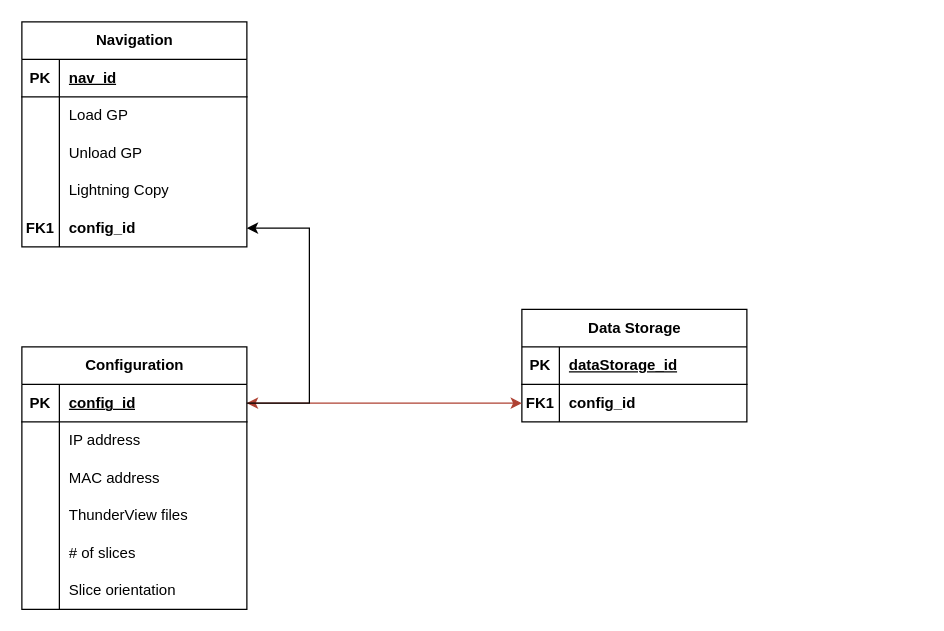
This is GUI_DesignMap.drawio from MansourMohamedAli/GPS_UserInterface, a draw.io file, before an edit. Source tidied: cells renumbered, new cells numbered last; positions are measured from the earlier drawing's top-left corner, leaving out a move shared by most shapes. Both pictures are drawn from the tidied source at 125%, with x=0, y=0 at pixel (21, 21).
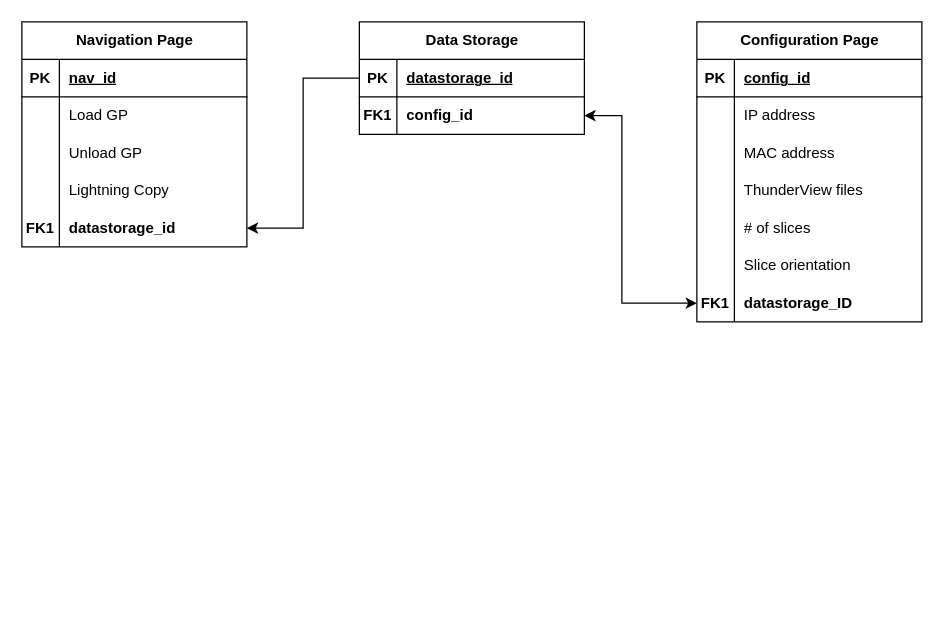
The same diagram, later.

Commit message:
Defined relationship between Navigation, Configuration, and Database.

The change refers to these unchanged cells:
```xml
<mxCell id="15" style="shape=tableRow;horizontal=0;startSize=0;swimlaneHead=0;swimlaneBody=0;fillColor=none;points=[[0,0.5],[1,0.5]];portConstraint=eastwest;top=0;left=0;right=0;bottom=0;" parent="2" vertex="1">
  <mxGeometry y="150" width="180" height="30" as="geometry" />
</mxCell>
<mxCell id="19" style="shape=tableRow;horizontal=0;startSize=0;swimlaneHead=0;swimlaneBody=0;fillColor=none;points=[[0,0.5],[1,0.5]];portConstraint=eastwest;top=0;left=0;right=0;bottom=1;" parent="18" vertex="1">
  <mxGeometry y="30" width="180" height="30" as="geometry" />
</mxCell>
<mxCell id="38" style="shape=tableRow;horizontal=0;startSize=0;swimlaneHead=0;swimlaneBody=0;fillColor=none;points=[[0,0.5],[1,0.5]];portConstraint=eastwest;top=0;left=0;right=0;bottom=1;" parent="37" vertex="1">
  <mxGeometry y="30" width="180" height="30" as="geometry" />
</mxCell>
<mxCell id="41" style="shape=tableRow;horizontal=0;startSize=0;swimlaneHead=0;swimlaneBody=0;fillColor=none;points=[[0,0.5],[1,0.5]];portConstraint=eastwest;top=0;left=0;right=0;bottom=0;" parent="37" vertex="1">
  <mxGeometry y="60" width="180" height="30" as="geometry" />
</mxCell>
```

Change to the diagram source:
```diff
@@
-    <mxCell id="2" value="Navigation" style="shape=table;startSize=30;childLayout=tableLayout;rowLines=0;fontStyle=1;align=center;html=1;" parent="1" vertex="1">
+    <mxCell id="2" value="Navigation Page" style="shape=table;startSize=30;childLayout=tableLayout;rowLines=0;fontStyle=1;align=center;html=1;" parent="1" vertex="1">
       <mxGeometry width="180" height="180" as="geometry" />
     </mxCell>
@@
-    <mxCell id="17" value="&lt;b&gt;config_id&lt;/b&gt;" style="shape=partialRectangle;fillColor=none;top=0;left=0;bottom=0;right=0;align=left;spacingLeft=6;overflow=hidden;whiteSpace=wrap;html=1;" parent="15" vertex="1">
+    <mxCell id="17" value="&lt;b&gt;datastorage_id&lt;/b&gt;" style="shape=partialRectangle;fillColor=none;top=0;left=0;bottom=0;right=0;align=left;spacingLeft=6;overflow=hidden;whiteSpace=wrap;html=1;" parent="15" vertex="1">
       <mxGeometry x="30" width="150" height="30" as="geometry" />
     </mxCell>
-    <mxCell id="18" value="Configuration" style="shape=table;startSize=30;childLayout=tableLayout;rowLines=0;fontStyle=1;align=center;html=1;" parent="1" vertex="1">
-      <mxGeometry y="260" width="180" height="210" as="geometry" />
+    <mxCell id="18" value="Configuration Page" style="shape=table;startSize=30;childLayout=tableLayout;rowLines=0;fontStyle=1;align=center;html=1;" parent="1" vertex="1">
+      <mxGeometry x="540" width="180" height="240" as="geometry" />
     </mxCell>
@@
+    <mxCell id="46" style="shape=tableRow;horizontal=0;startSize=0;swimlaneHead=0;swimlaneBody=0;fillColor=none;points=[[0,0.5],[1,0.5]];portConstraint=eastwest;top=0;left=0;right=0;bottom=0;" parent="18" vertex="1">
+      <mxGeometry y="210" width="180" height="30" as="geometry" />
+    </mxCell>
+    <mxCell id="47" value="FK1" style="shape=partialRectangle;fillColor=none;top=0;left=0;bottom=0;right=0;overflow=hidden;whiteSpace=wrap;html=1;fontStyle=1;" parent="46" vertex="1">
+      <mxGeometry width="30" height="30" as="geometry" />
+    </mxCell>
+    <mxCell id="48" value="&lt;b&gt;datastorage_ID&lt;/b&gt;" style="shape=partialRectangle;fillColor=none;top=0;left=0;bottom=0;right=0;align=left;spacingLeft=6;overflow=hidden;whiteSpace=wrap;html=1;" parent="46" vertex="1">
+      <mxGeometry x="30" width="150" height="30" as="geometry" />
+    </mxCell>
     <mxCell id="37" value="Data Storage" style="shape=table;startSize=30;childLayout=tableLayout;rowLines=0;fontStyle=1;align=center;html=1;" parent="1" vertex="1">
-      <mxGeometry x="400" y="230" width="180" height="90" as="geometry" />
+      <mxGeometry x="270" width="180" height="90" as="geometry" />
     </mxCell>
@@
-    <mxCell id="40" value="dataStorage_id" style="shape=partialRectangle;fillColor=none;top=0;left=0;bottom=0;right=0;align=left;spacingLeft=6;fontStyle=5;overflow=hidden;whiteSpace=wrap;html=1;" parent="38" vertex="1">
+    <mxCell id="40" value="datastorage_id" style="shape=partialRectangle;fillColor=none;top=0;left=0;bottom=0;right=0;align=left;spacingLeft=6;fontStyle=5;overflow=hidden;whiteSpace=wrap;html=1;" parent="38" vertex="1">
       <mxGeometry x="30" width="150" height="30" as="geometry" />
     </mxCell>
@@
-    <mxCell id="44" style="endArrow=classic;startArrow=classic;html=1;rounded=0;entryX=1;entryY=0.5;entryDx=0;entryDy=0;exitX=0;exitY=0.5;exitDx=0;exitDy=0;fontStyle=1;fillColor=#fad9d5;strokeColor=#ae4132;" parent="1" edge="1" source="41" target="19">
-      <mxGeometry relative="1" as="geometry">
-        <Array as="points">
-          <mxPoint x="300" y="305" />
-        </Array>
-      </mxGeometry>
-    </mxCell>
-    <mxCell id="45" style="edgeStyle=orthogonalEdgeStyle;rounded=0;jettySize=auto;html=1;exitX=1;exitY=0.5;exitDx=0;exitDy=0;entryX=1;entryY=0.5;entryDx=0;entryDy=0;" parent="1" edge="1" source="19" target="15">
-      <mxGeometry relative="1" as="geometry">
-        <Array as="points">
-          <mxPoint x="230" y="305" />
-          <mxPoint x="230" y="165" />
-        </Array>
-      </mxGeometry>
-    </mxCell>
+    <mxCell id="49" style="edgeStyle=orthogonalEdgeStyle;rounded=0;jettySize=auto;html=1;exitX=0;exitY=0.5;exitDx=0;exitDy=0;entryX=1;entryY=0.5;entryDx=0;entryDy=0;" parent="1" edge="1" source="38" target="15">
+      <mxGeometry relative="1" as="geometry" />
+    </mxCell>
+    <mxCell id="50" style="endArrow=classic;startArrow=classic;html=1;rounded=0;entryX=1;entryY=0.5;entryDx=0;entryDy=0;exitX=0;exitY=0.5;exitDx=0;exitDy=0;" parent="1" edge="1" source="46" target="41">
+      <mxGeometry relative="1" as="geometry">
+        <Array as="points">
+          <mxPoint x="480" y="225" />
+          <mxPoint x="480" y="75" />
+        </Array>
+      </mxGeometry>
+    </mxCell>
```
